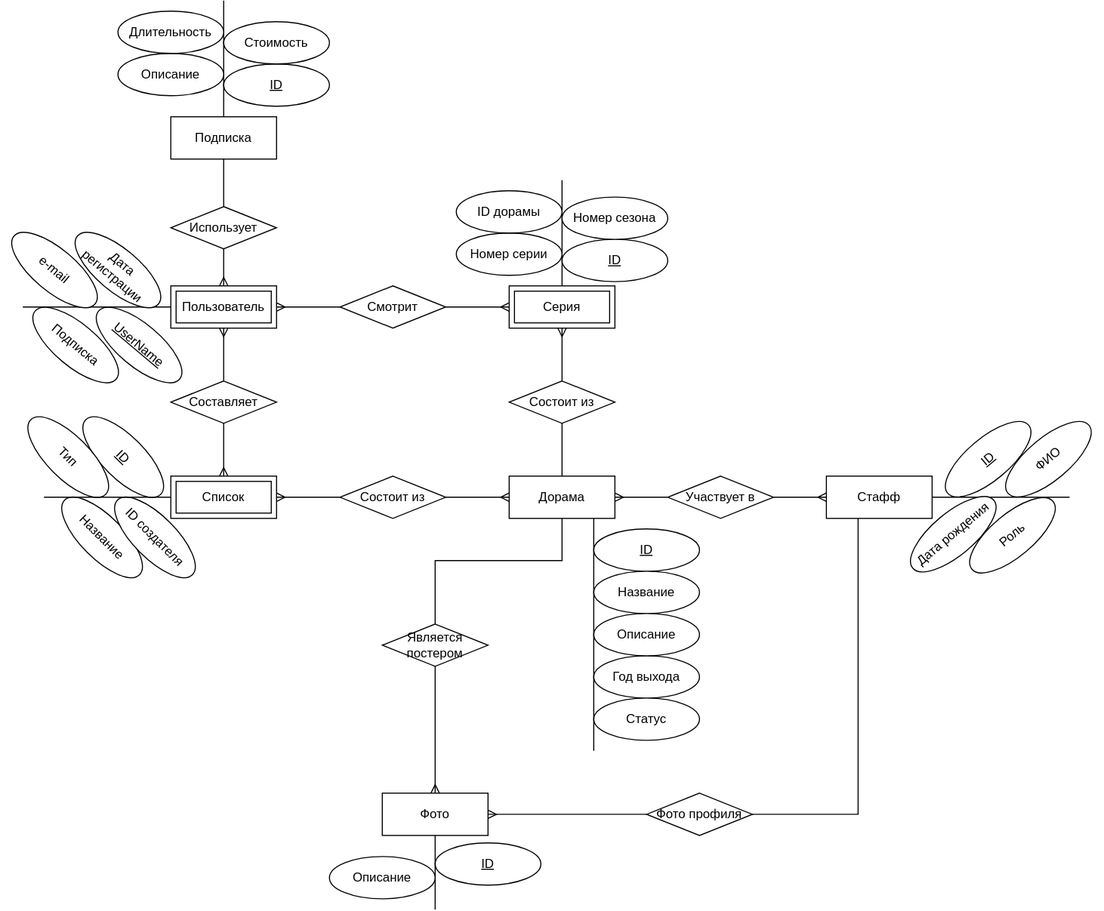
Before: docs/img/er-diagram.svg, a diagram exported from draw.io (AskaryanKarine/DoramaSet). Source tidied: cells renumbered, new cells last; positions are measured from the earlier drawing's top-left corner, leaving out a move shared by most shapes.
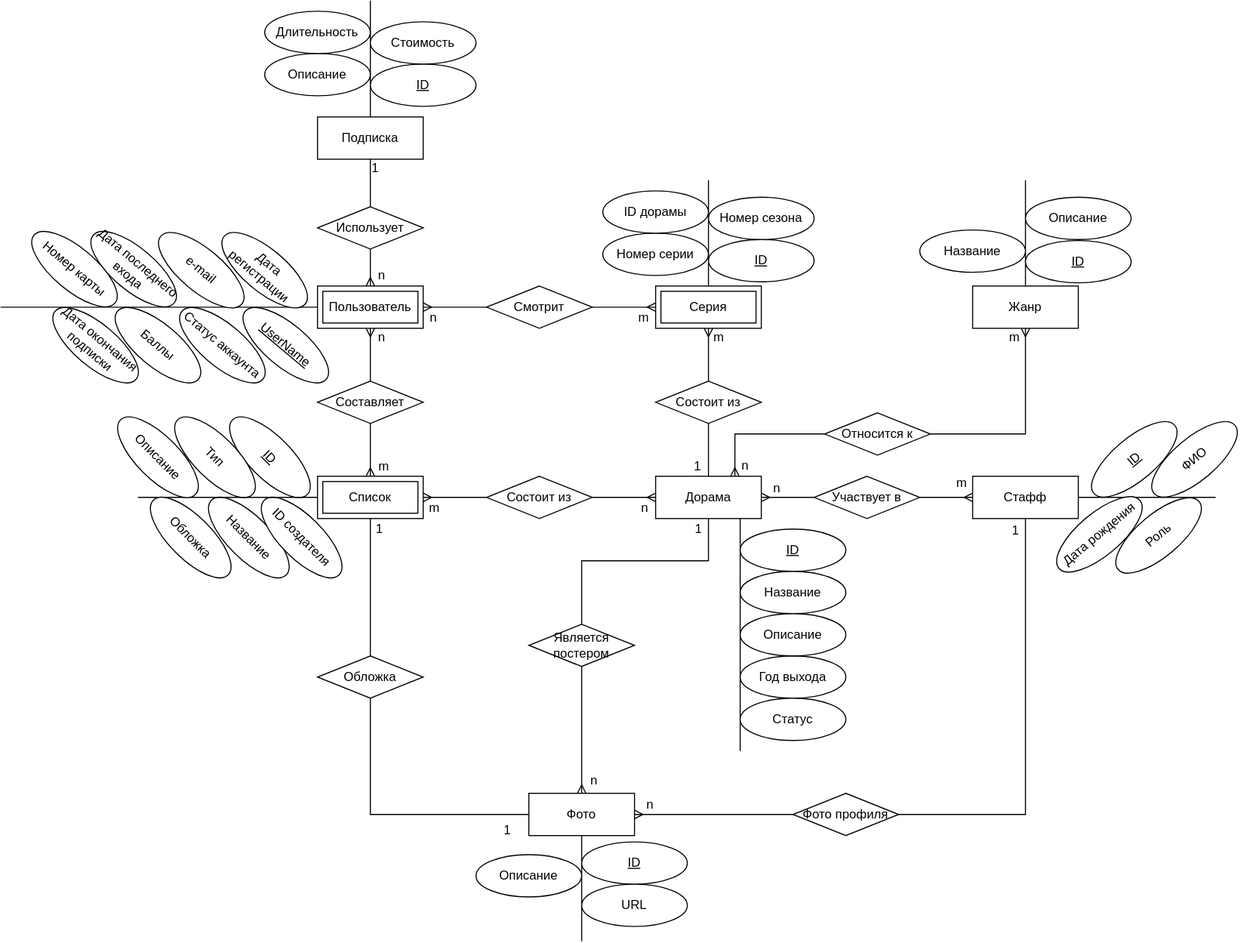
After the change.

Diff of the diagram source:
```diff
@@ -7,7 +7,7 @@
     </mxCell>
     <mxCell id="3" style="edgeStyle=orthogonalEdgeStyle;rounded=0;jettySize=auto;html=1;exitX=0;exitY=0.5;exitDx=0;exitDy=0;endArrow=none;endFill=0;" parent="1" edge="1" source="57">
       <mxGeometry relative="1" as="geometry">
-        <mxPoint x="20" y="290" as="targetPoint" />
+        <mxPoint x="-140" y="290" as="targetPoint" />
       </mxGeometry>
     </mxCell>
     <mxCell id="4" style="edgeStyle=none;rounded=0;jettySize=auto;html=1;entryX=0;entryY=0.5;entryDx=0;entryDy=0;startArrow=none;startFill=0;endArrow=ERmany;endFill=0;" parent="1" edge="1" source="15" target="9">
@@ -28,6 +28,13 @@
     <mxCell id="8" style="rounded=0;jettySize=auto;html=1;entryX=0.5;entryY=0;entryDx=0;entryDy=0;startArrow=none;startFill=0;endArrow=ERmany;endFill=0;exitX=0.5;exitY=1;exitDx=0;exitDy=0;edgeStyle=orthogonalEdgeStyle;" parent="1" edge="1" source="53" target="40">
       <mxGeometry relative="1" as="geometry" />
     </mxCell>
+    <mxCell id="66" style="edgeStyle=orthogonalEdgeStyle;rounded=0;jettySize=auto;html=1;exitX=1;exitY=0.5;exitDx=0;exitDy=0;entryX=0.5;entryY=1;entryDx=0;entryDy=0;endArrow=ERmany;endFill=0;startArrow=none;" parent="1" edge="1" source="82" target="77">
+      <mxGeometry relative="1" as="geometry">
+        <Array as="points">
+          <mxPoint x="830" y="410" />
+        </Array>
+      </mxGeometry>
+    </mxCell>
     <mxCell id="9" value="Дорама" style="whiteSpace=wrap;html=1;align=center;" parent="1" vertex="1">
       <mxGeometry x="480" y="450" width="100" height="40" as="geometry" />
     </mxCell>
@@ -36,10 +43,10 @@
         <mxPoint x="1010" y="470" as="targetPoint" />
       </mxGeometry>
     </mxCell>
-    <mxCell id="11" style="edgeStyle=orthogonalEdgeStyle;rounded=0;jettySize=auto;html=1;entryX=1;entryY=0.5;entryDx=0;entryDy=0;startArrow=none;startFill=0;endArrow=ERmany;endFill=0;" parent="1" edge="1" source="12" target="40">
+    <mxCell id="11" style="edgeStyle=orthogonalEdgeStyle;rounded=0;jettySize=auto;html=1;entryX=1;entryY=0.5;entryDx=0;entryDy=0;startArrow=none;startFill=0;endArrow=ERmany;endFill=0;exitX=0.5;exitY=1;exitDx=0;exitDy=0;" parent="1" edge="1" source="12" target="40">
       <mxGeometry relative="1" as="geometry">
         <Array as="points">
-          <mxPoint x="810" y="770" />
+          <mxPoint x="830" y="770" />
         </Array>
       </mxGeometry>
     </mxCell>
@@ -122,25 +129,32 @@
     </mxCell>
     <mxCell id="37" style="edgeStyle=orthogonalEdgeStyle;rounded=0;jettySize=auto;html=1;startArrow=none;startFill=0;endArrow=none;endFill=0;" parent="1" edge="1" source="38">
       <mxGeometry relative="1" as="geometry">
-        <mxPoint x="40" y="470" as="targetPoint" />
+        <mxPoint x="-10" y="470" as="targetPoint" />
       </mxGeometry>
     </mxCell>
+    <mxCell id="67" style="edgeStyle=none;rounded=0;jettySize=auto;html=1;entryX=0;entryY=0.5;entryDx=0;entryDy=0;endArrow=none;endFill=0;startArrow=none;" parent="1" edge="1" source="75" target="40">
+      <mxGeometry relative="1" as="geometry">
+        <Array as="points">
+          <mxPoint x="210" y="770" />
+        </Array>
+      </mxGeometry>
+    </mxCell>
     <mxCell id="38" value="Список" style="shape=ext;margin=3;double=1;whiteSpace=wrap;html=1;align=center;" parent="1" vertex="1">
       <mxGeometry x="160" y="450" width="100" height="40" as="geometry" />
     </mxCell>
     <mxCell id="39" style="edgeStyle=orthogonalEdgeStyle;rounded=0;jettySize=auto;html=1;startArrow=none;startFill=0;endArrow=none;endFill=0;entryX=0.5;entryY=1;entryDx=0;entryDy=0;" parent="1" edge="1" target="40">
       <mxGeometry relative="1" as="geometry">
-        <mxPoint x="410" y="860" as="sourcePoint" />
+        <mxPoint x="410" y="890" as="sourcePoint" />
       </mxGeometry>
     </mxCell>
     <mxCell id="40" value="Фото" style="shape=ext;margin=3;double=0;whiteSpace=wrap;html=1;align=center;" parent="1" vertex="1">
       <mxGeometry x="360" y="750" width="100" height="40" as="geometry" />
     </mxCell>
     <mxCell id="41" value="ID" style="ellipse;whiteSpace=wrap;html=1;align=center;fontStyle=4;" parent="1" vertex="1">
-      <mxGeometry x="410" y="797" width="100" height="40" as="geometry" />
+      <mxGeometry x="410" y="796" width="100" height="40" as="geometry" />
     </mxCell>
     <mxCell id="42" value="Описание" style="ellipse;whiteSpace=wrap;html=1;align=center;" parent="1" vertex="1">
-      <mxGeometry x="310" y="810" width="100" height="40" as="geometry" />
+      <mxGeometry x="310" y="808" width="100" height="40" as="geometry" />
     </mxCell>
     <mxCell id="43" value="e-mail" style="ellipse;whiteSpace=wrap;html=1;align=center;rotation=40;" parent="1" vertex="1">
       <mxGeometry y="235" width="100" height="40" as="geometry" />
@@ -183,7 +197,7 @@
     <mxCell id="54" value="Фото профиля" style="shape=rhombus;perimeter=rhombusPerimeter;whiteSpace=wrap;html=1;align=center;" parent="1" vertex="1">
       <mxGeometry x="610" y="750" width="100" height="40" as="geometry" />
     </mxCell>
-    <mxCell id="55" value="Подписка" style="ellipse;whiteSpace=wrap;html=1;align=center;rotation=40;" parent="1" vertex="1">
+    <mxCell id="55" value="Статус аккаунта" style="ellipse;whiteSpace=wrap;html=1;align=center;rotation=40;" parent="1" vertex="1">
       <mxGeometry x="20" y="306" width="100" height="40" as="geometry" />
     </mxCell>
     <mxCell id="56" style="edgeStyle=none;rounded=0;jettySize=auto;html=1;entryX=0.5;entryY=1;entryDx=0;entryDy=0;endArrow=none;endFill=0;startArrow=none;" parent="1" edge="1" source="61" target="59">
@@ -218,5 +232,115 @@
     <mxCell id="65" value="Длительность" style="ellipse;whiteSpace=wrap;html=1;align=center;" parent="1" vertex="1">
       <mxGeometry x="110" y="10" width="100" height="40" as="geometry" />
     </mxCell>
+    <mxCell id="68" value="Дата последнего входа" style="ellipse;whiteSpace=wrap;html=1;align=center;rotation=40;" parent="1" vertex="1">
+      <mxGeometry x="-64" y="234" width="100" height="40" as="geometry" />
+    </mxCell>
+    <mxCell id="69" value="Баллы" style="ellipse;whiteSpace=wrap;html=1;align=center;rotation=40;" parent="1" vertex="1">
+      <mxGeometry x="-41" y="306" width="100" height="40" as="geometry" />
+    </mxCell>
+    <mxCell id="70" value="Номер карты" style="ellipse;whiteSpace=wrap;html=1;align=center;rotation=40;" parent="1" vertex="1">
+      <mxGeometry x="-120" y="234" width="100" height="40" as="geometry" />
+    </mxCell>
+    <mxCell id="71" value="Дата окончания подписки" style="ellipse;whiteSpace=wrap;html=1;align=center;rotation=40;" parent="1" vertex="1">
+      <mxGeometry x="-100" y="306" width="100" height="40" as="geometry" />
+    </mxCell>
+    <mxCell id="72" value="Описание" style="ellipse;whiteSpace=wrap;html=1;align=center;rotation=45;" parent="1" vertex="1">
+      <mxGeometry x="-41" y="412" width="100" height="40" as="geometry" />
+    </mxCell>
+    <mxCell id="73" value="Обложка" style="ellipse;whiteSpace=wrap;html=1;align=center;rotation=45;" parent="1" vertex="1">
+      <mxGeometry x="-10" y="488" width="100" height="40" as="geometry" />
+    </mxCell>
+    <mxCell id="74" style="edgeStyle=none;rounded=0;jettySize=auto;html=1;entryX=0.5;entryY=0;entryDx=0;entryDy=0;endArrow=none;endFill=0;" parent="1" edge="1" source="38" target="75">
+      <mxGeometry relative="1" as="geometry" />
+    </mxCell>
+    <mxCell id="75" value="Обложка" style="shape=rhombus;perimeter=rhombusPerimeter;whiteSpace=wrap;html=1;align=center;" parent="1" vertex="1">
+      <mxGeometry x="160" y="620" width="100" height="40" as="geometry" />
+    </mxCell>
+    <mxCell id="76" style="edgeStyle=none;rounded=0;jettySize=auto;html=1;endArrow=none;endFill=0;" parent="1" edge="1" source="77">
+      <mxGeometry relative="1" as="geometry">
+        <mxPoint x="830" y="170" as="targetPoint" />
+      </mxGeometry>
+    </mxCell>
+    <mxCell id="77" value="Жанр" style="whiteSpace=wrap;html=1;align=center;" parent="1" vertex="1">
+      <mxGeometry x="780" y="270" width="100" height="40" as="geometry" />
+    </mxCell>
+    <mxCell id="78" value="ID" style="ellipse;whiteSpace=wrap;html=1;align=center;fontStyle=4;" parent="1" vertex="1">
+      <mxGeometry x="830" y="227" width="100" height="40" as="geometry" />
+    </mxCell>
+    <mxCell id="79" value="Название" style="ellipse;whiteSpace=wrap;html=1;align=center;" parent="1" vertex="1">
+      <mxGeometry x="730" y="217" width="100" height="40" as="geometry" />
+    </mxCell>
+    <mxCell id="80" value="Описание" style="ellipse;whiteSpace=wrap;html=1;align=center;" parent="1" vertex="1">
+      <mxGeometry x="830" y="186" width="100" height="40" as="geometry" />
+    </mxCell>
+    <mxCell id="81" style="edgeStyle=orthogonalEdgeStyle;rounded=0;jettySize=auto;html=1;exitX=0.75;exitY=0;exitDx=0;exitDy=0;entryX=0;entryY=0.5;entryDx=0;entryDy=0;endArrow=none;endFill=0;startArrow=ERmany;startFill=0;" parent="1" edge="1" source="9" target="82">
+      <mxGeometry relative="1" as="geometry" />
+    </mxCell>
+    <mxCell id="82" value="Относится к" style="shape=rhombus;perimeter=rhombusPerimeter;whiteSpace=wrap;html=1;align=center;" parent="1" vertex="1">
+      <mxGeometry x="640" y="390" width="100" height="40" as="geometry" />
+    </mxCell>
+    <mxCell id="83" value="n" style="text;html=1;strokeColor=none;fillColor=none;align=center;verticalAlign=middle;whiteSpace=wrap;rounded=0;" parent="1" vertex="1">
+      <mxGeometry x="392" y="723" width="60" height="30" as="geometry" />
+    </mxCell>
+    <mxCell id="84" value="m" style="text;html=1;strokeColor=none;fillColor=none;align=center;verticalAlign=middle;whiteSpace=wrap;rounded=0;" parent="1" vertex="1">
+      <mxGeometry x="510" y="304" width="60" height="30" as="geometry" />
+    </mxCell>
+    <mxCell id="85" value="1" style="text;html=1;strokeColor=none;fillColor=none;align=center;verticalAlign=middle;whiteSpace=wrap;rounded=0;" parent="1" vertex="1">
+      <mxGeometry x="189" y="485" width="60" height="30" as="geometry" />
+    </mxCell>
+    <mxCell id="86" value="1" style="text;html=1;strokeColor=none;fillColor=none;align=center;verticalAlign=middle;whiteSpace=wrap;rounded=0;" parent="1" vertex="1">
+      <mxGeometry x="310" y="770" width="60" height="30" as="geometry" />
+    </mxCell>
+    <mxCell id="87" value="1" style="text;html=1;strokeColor=none;fillColor=none;align=center;verticalAlign=middle;whiteSpace=wrap;rounded=0;" parent="1" vertex="1">
+      <mxGeometry x="185" y="144" width="60" height="30" as="geometry" />
+    </mxCell>
+    <mxCell id="88" value="n" style="text;html=1;strokeColor=none;fillColor=none;align=center;verticalAlign=middle;whiteSpace=wrap;rounded=0;" parent="1" vertex="1">
+      <mxGeometry x="191" y="245" width="60" height="30" as="geometry" />
+    </mxCell>
+    <mxCell id="89" value="n" style="text;html=1;strokeColor=none;fillColor=none;align=center;verticalAlign=middle;whiteSpace=wrap;rounded=0;" parent="1" vertex="1">
+      <mxGeometry x="191" y="304" width="60" height="30" as="geometry" />
+    </mxCell>
+    <mxCell id="90" value="m" style="text;html=1;strokeColor=none;fillColor=none;align=center;verticalAlign=middle;whiteSpace=wrap;rounded=0;" parent="1" vertex="1">
+      <mxGeometry x="193" y="426" width="60" height="30" as="geometry" />
+    </mxCell>
+    <mxCell id="91" value="m" style="text;html=1;strokeColor=none;fillColor=none;align=center;verticalAlign=middle;whiteSpace=wrap;rounded=0;" parent="1" vertex="1">
+      <mxGeometry x="439" y="285" width="60" height="30" as="geometry" />
+    </mxCell>
+    <mxCell id="92" value="n" style="text;html=1;strokeColor=none;fillColor=none;align=center;verticalAlign=middle;whiteSpace=wrap;rounded=0;" parent="1" vertex="1">
+      <mxGeometry x="440" y="465" width="60" height="30" as="geometry" />
+    </mxCell>
+    <mxCell id="93" value="1" style="text;html=1;strokeColor=none;fillColor=none;align=center;verticalAlign=middle;whiteSpace=wrap;rounded=0;" parent="1" vertex="1">
+      <mxGeometry x="490" y="426" width="60" height="30" as="geometry" />
+    </mxCell>
+    <mxCell id="94" value="m" style="text;html=1;strokeColor=none;fillColor=none;align=center;verticalAlign=middle;whiteSpace=wrap;rounded=0;" parent="1" vertex="1">
+      <mxGeometry x="740" y="442" width="60" height="30" as="geometry" />
+    </mxCell>
+    <mxCell id="95" value="n" style="text;html=1;strokeColor=none;fillColor=none;align=center;verticalAlign=middle;whiteSpace=wrap;rounded=0;" parent="1" vertex="1">
+      <mxGeometry x="240" y="285" width="60" height="30" as="geometry" />
+    </mxCell>
+    <mxCell id="96" value="m" style="text;html=1;strokeColor=none;fillColor=none;align=center;verticalAlign=middle;whiteSpace=wrap;rounded=0;" parent="1" vertex="1">
+      <mxGeometry x="241" y="465" width="60" height="30" as="geometry" />
+    </mxCell>
+    <mxCell id="97" value="n" style="text;html=1;strokeColor=none;fillColor=none;align=center;verticalAlign=middle;whiteSpace=wrap;rounded=0;" parent="1" vertex="1">
+      <mxGeometry x="535" y="425" width="60" height="30" as="geometry" />
+    </mxCell>
+    <mxCell id="98" value="n" style="text;html=1;strokeColor=none;fillColor=none;align=center;verticalAlign=middle;whiteSpace=wrap;rounded=0;" parent="1" vertex="1">
+      <mxGeometry x="565" y="447" width="60" height="30" as="geometry" />
+    </mxCell>
+    <mxCell id="99" value="1" style="text;html=1;strokeColor=none;fillColor=none;align=center;verticalAlign=middle;whiteSpace=wrap;rounded=0;" parent="1" vertex="1">
+      <mxGeometry x="491" y="485" width="60" height="30" as="geometry" />
+    </mxCell>
+    <mxCell id="100" value="m" style="text;html=1;strokeColor=none;fillColor=none;align=center;verticalAlign=middle;whiteSpace=wrap;rounded=0;" parent="1" vertex="1">
+      <mxGeometry x="790" y="304" width="60" height="30" as="geometry" />
+    </mxCell>
+    <mxCell id="101" value="1" style="text;html=1;strokeColor=none;fillColor=none;align=center;verticalAlign=middle;whiteSpace=wrap;rounded=0;" parent="1" vertex="1">
+      <mxGeometry x="791" y="487" width="60" height="30" as="geometry" />
+    </mxCell>
+    <mxCell id="102" value="n" style="text;html=1;strokeColor=none;fillColor=none;align=center;verticalAlign=middle;whiteSpace=wrap;rounded=0;" parent="1" vertex="1">
+      <mxGeometry x="445" y="746" width="60" height="30" as="geometry" />
+    </mxCell>
+    <mxCell id="103" value="URL" style="ellipse;whiteSpace=wrap;html=1;align=center;" parent="1" vertex="1">
+      <mxGeometry x="410" y="836" width="100" height="40" as="geometry" />
+    </mxCell>
   </root>
 </mxGraphModel>
```
